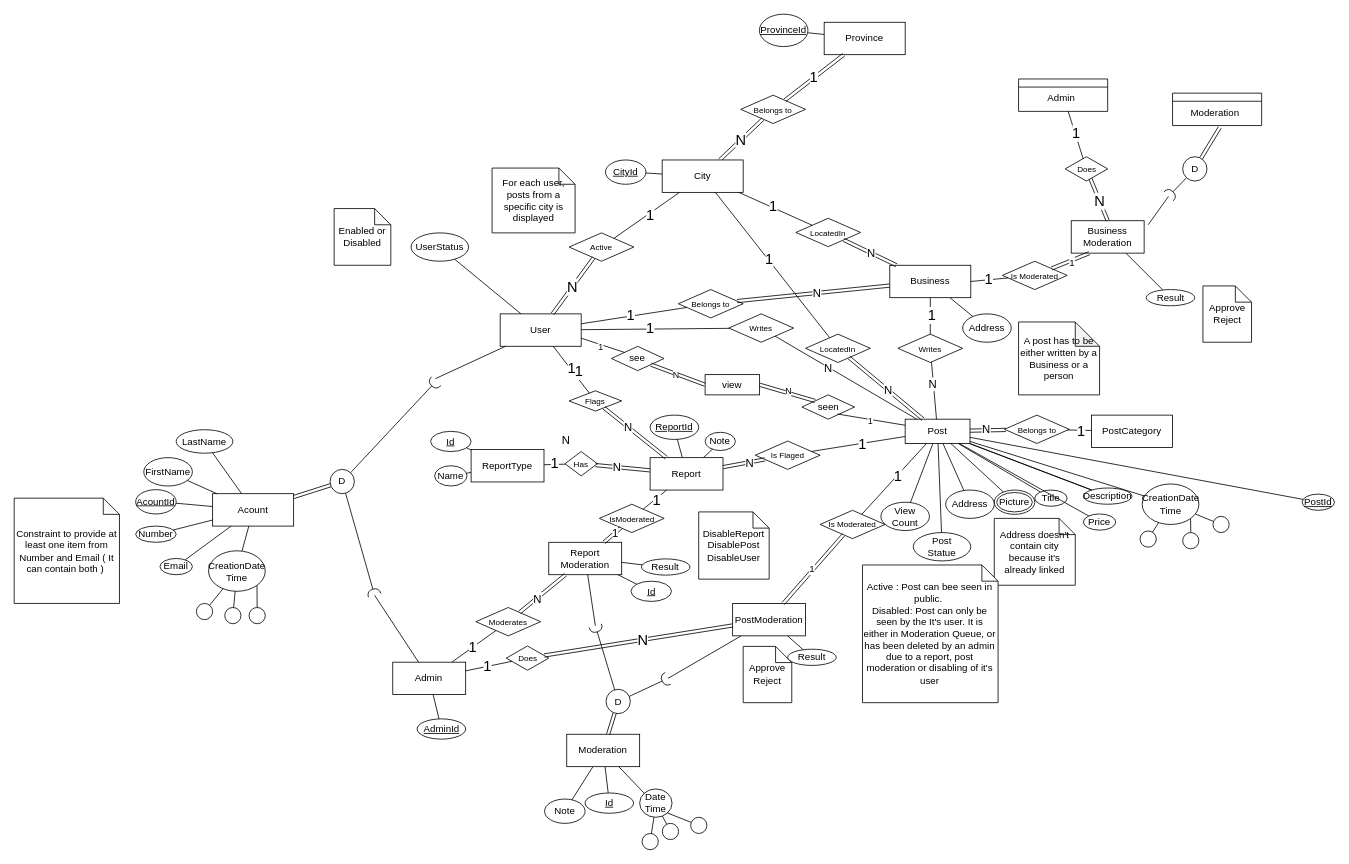
Before: Project.drawio in khebrati/HamsellDatabase, a draw.io diagram. Source tidied: cells renumbered, new cells numbered last; positions are measured from the earlier drawing's top-left corner, leaving out a move shared by most shapes. Both pictures are drawn from the tidied source at 81%, with x=0, y=0 at pixel (14, 14).
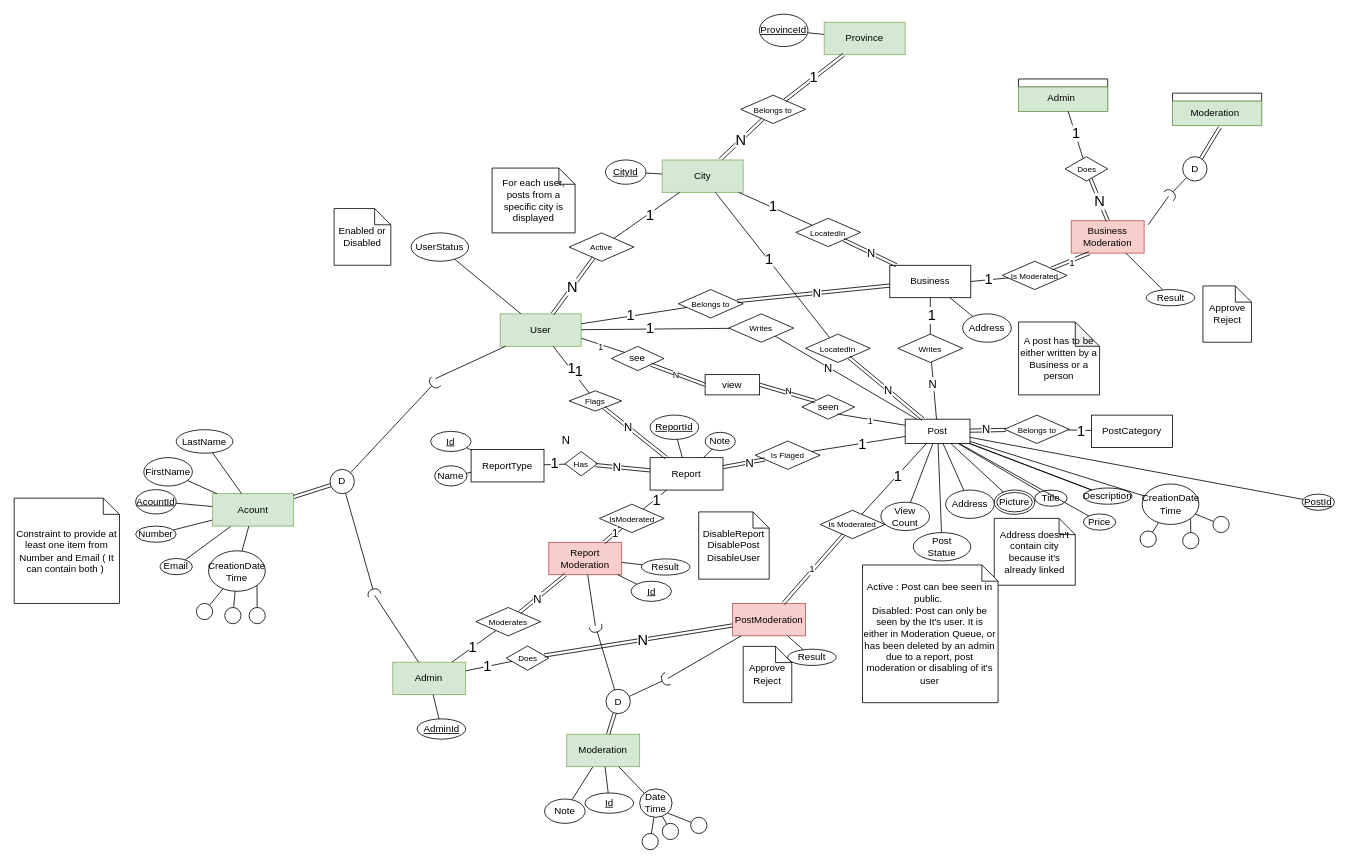
The same page after the edit.

Commit message (it also covers changes not shown here):
Business table added

Unchanged cells that the change refers to:
```xml
<mxCell id="223" style="swimlane;fontStyle=0;horizontal=1;startSize=10;align=center;fontSize=14;" parent="1" vertex="1">
  <mxGeometry x="1430.1" y="97.5" width="110" height="40" as="geometry" />
</mxCell>
<mxCell id="241" style="swimlane;fontStyle=0;horizontal=1;startSize=10;align=center;fontSize=14;" parent="1" vertex="1">
  <mxGeometry x="1240" y="80" width="110" height="40" as="geometry" />
</mxCell>
```

Diff of the diagram source:
```diff
@@
-    <mxCell id="2" value="User" style="whiteSpace=wrap;html=1;align=center;" parent="1" vertex="1">
+    <mxCell id="2" value="User" style="whiteSpace=wrap;html=1;align=center;fillColor=#d5e8d4;strokeColor=#82b366;" parent="1" vertex="1">
       <mxGeometry x="600" y="370" width="100" height="40" as="geometry" />
     </mxCell>
@@
-    <mxCell id="12" value="Admin" style="whiteSpace=wrap;html=1;align=center;" parent="1" vertex="1">
+    <mxCell id="12" value="Admin" style="whiteSpace=wrap;html=1;align=center;fillColor=#d5e8d4;strokeColor=#82b366;" parent="1" vertex="1">
       <mxGeometry x="467.4" y="800" width="90" height="40" as="geometry" />
     </mxCell>
@@
-    <mxCell id="38" value="Acount" style="whiteSpace=wrap;html=1;align=center;" parent="1" vertex="1">
+    <mxCell id="38" value="Acount" style="whiteSpace=wrap;html=1;align=center;fillColor=#d5e8d4;strokeColor=#82b366;" parent="1" vertex="1">
       <mxGeometry x="245" y="592" width="100" height="40" as="geometry" />
     </mxCell>
@@
-    <mxCell id="54" value="Province" style="whiteSpace=wrap;html=1;align=center;" parent="1" vertex="1">
+    <mxCell id="54" value="Province" style="whiteSpace=wrap;html=1;align=center;fillColor=#d5e8d4;strokeColor=#82b366;" parent="1" vertex="1">
       <mxGeometry x="1000" y="10" width="100" height="40" as="geometry" />
     </mxCell>
@@
-    <mxCell id="57" value="City" style="whiteSpace=wrap;html=1;align=center;" parent="1" vertex="1">
+    <mxCell id="57" value="City" style="whiteSpace=wrap;html=1;align=center;fillColor=#d5e8d4;strokeColor=#82b366;" parent="1" vertex="1">
       <mxGeometry x="800" y="180" width="100" height="40" as="geometry" />
     </mxCell>
@@
-    <mxCell id="88" value="PostModeration" style="whiteSpace=wrap;html=1;align=center;" parent="1" vertex="1">
+    <mxCell id="88" value="PostModeration" style="whiteSpace=wrap;html=1;align=center;fillColor=#f8cecc;strokeColor=#b85450;" parent="1" vertex="1">
       <mxGeometry x="887" y="727.5" width="90" height="40" as="geometry" />
     </mxCell>
@@
-    <mxCell id="103" value="Report&lt;div&gt;Moderation&lt;/div&gt;" style="whiteSpace=wrap;html=1;align=center;" parent="1" vertex="1">
+    <mxCell id="103" value="Report&lt;div&gt;Moderation&lt;/div&gt;" style="whiteSpace=wrap;html=1;align=center;fillColor=#f8cecc;strokeColor=#b85450;" parent="1" vertex="1">
       <mxGeometry x="660" y="652" width="90" height="40" as="geometry" />
     </mxCell>
@@
-    <mxCell id="132" value="Moderation" style="whiteSpace=wrap;html=1;align=center;" parent="1" vertex="1">
+    <mxCell id="132" value="Moderation" style="whiteSpace=wrap;html=1;align=center;fillColor=#d5e8d4;strokeColor=#82b366;" parent="1" vertex="1">
       <mxGeometry x="682.2" y="889" width="90" height="40" as="geometry" />
     </mxCell>
@@
-    <mxCell id="224" value="&amp;nbsp; &amp;nbsp; &amp;nbsp;Moderation" style="text;strokeColor=none;fillColor=none;spacingLeft=4;spacingRight=4;overflow=hidden;points=[[0,0.5],[1,0.5]];portConstraint=eastwest;fontSize=12;whiteSpace=wrap;html=1;" parent="223" vertex="1">
+    <mxCell id="224" value="&amp;nbsp; &amp;nbsp; &amp;nbsp;Moderation" style="text;strokeColor=#82b366;fillColor=#d5e8d4;spacingLeft=4;spacingRight=4;overflow=hidden;points=[[0,0.5],[1,0.5]];portConstraint=eastwest;fontSize=12;whiteSpace=wrap;html=1;" parent="223" vertex="1">
       <mxGeometry y="10" width="110" height="30" as="geometry" />
     </mxCell>
@@
-    <mxCell id="232" value="Business&lt;div&gt;Moderation&lt;/div&gt;" style="whiteSpace=wrap;html=1;align=center;" parent="1" vertex="1">
+    <mxCell id="232" value="Business&lt;div&gt;Moderation&lt;/div&gt;" style="whiteSpace=wrap;html=1;align=center;fillColor=#f8cecc;strokeColor=#b85450;" parent="1" vertex="1">
       <mxGeometry x="1305" y="255" width="90" height="40" as="geometry" />
     </mxCell>
@@
-    <mxCell id="242" value="&amp;nbsp; &amp;nbsp; &amp;nbsp; &amp;nbsp; &amp;nbsp;Admin" style="text;strokeColor=none;fillColor=none;spacingLeft=4;spacingRight=4;overflow=hidden;points=[[0,0.5],[1,0.5]];portConstraint=eastwest;fontSize=12;whiteSpace=wrap;html=1;" parent="241" vertex="1">
+    <mxCell id="242" value="&amp;nbsp; &amp;nbsp; &amp;nbsp; &amp;nbsp; &amp;nbsp;Admin" style="text;strokeColor=#82b366;fillColor=#d5e8d4;spacingLeft=4;spacingRight=4;overflow=hidden;points=[[0,0.5],[1,0.5]];portConstraint=eastwest;fontSize=12;whiteSpace=wrap;html=1;" parent="241" vertex="1">
       <mxGeometry y="10" width="110" height="30" as="geometry" />
     </mxCell>
```
